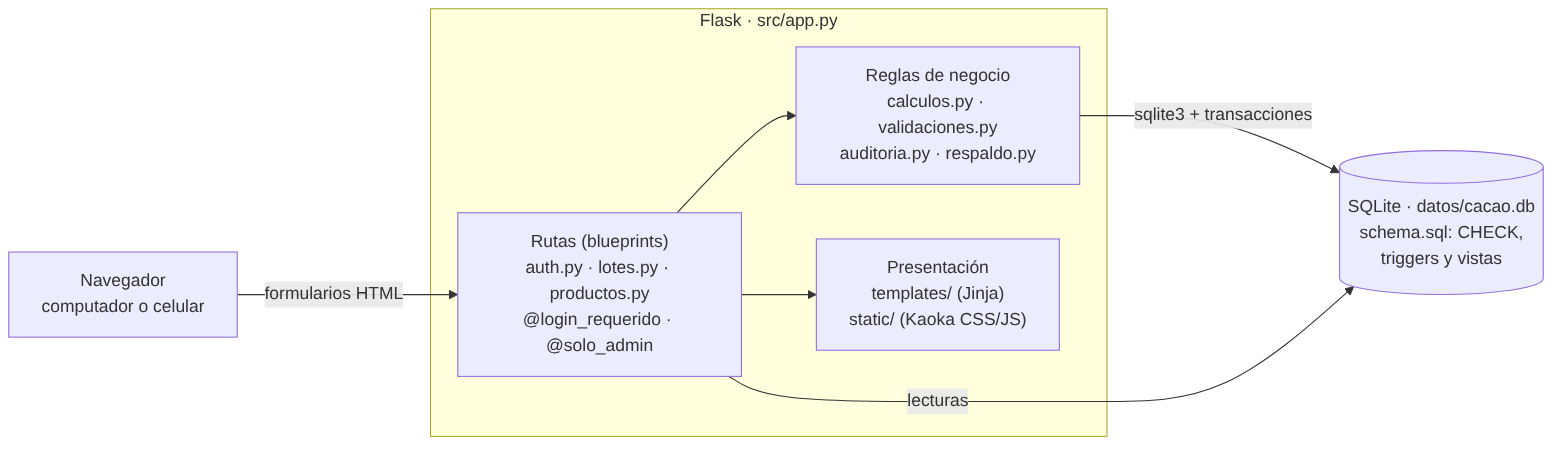
Above: documentos/diagramas/arquitectura.png in SantiagoAndresValencia/Reto-Hackathon-FUCTIH-Nexus-Code (Mermaid), before the change. Its source is kept beside it as documentos/diagramas/arquitectura.mmd. Its diagram source:
```mermaid
flowchart LR
  N["Navegador<br/>computador o celular"] -->|"formularios HTML"| R
  subgraph APP["Flask · src/app.py"]
    R["Rutas (blueprints)<br/>auth.py · lotes.py · productos.py<br/>@login_requerido · @solo_admin"]
    L["Reglas de negocio<br/>calculos.py · validaciones.py<br/>auditoria.py · respaldo.py"]
    T["Presentación<br/>templates/ (Jinja)<br/>static/ (Kaoka CSS/JS)"]
    R --> L
    R --> T
  end
  L -->|"sqlite3 + transacciones"| DB[("SQLite · datos/cacao.db<br/>schema.sql: CHECK,<br/>triggers y vistas")]
  R -->|"lecturas"| DB
```
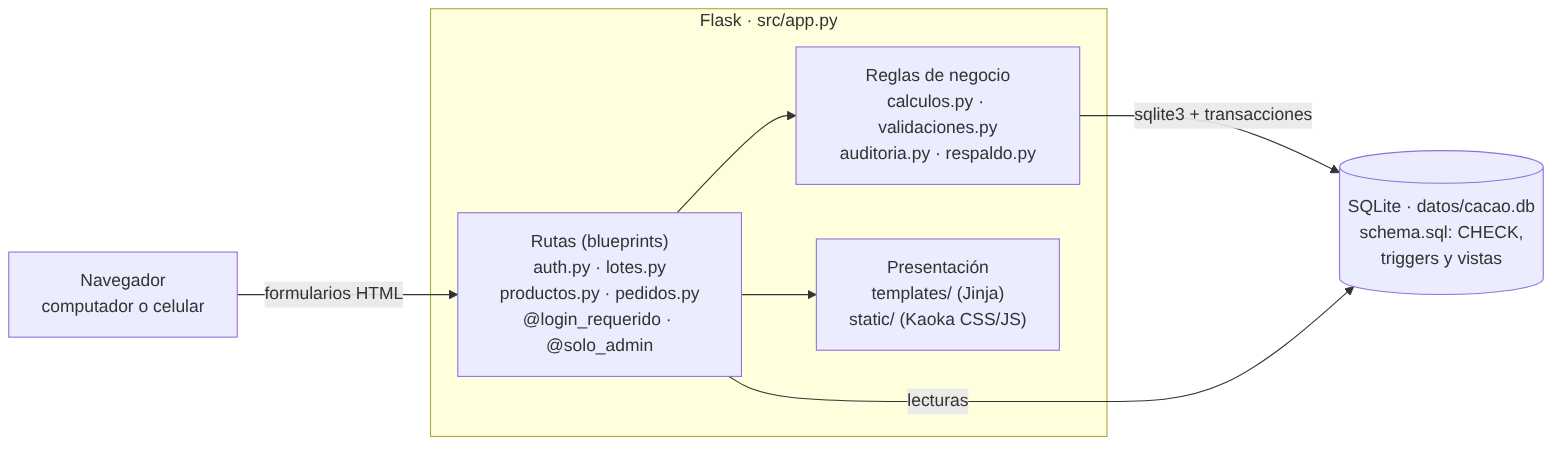
After the commit.

What changed in the source:
```diff
@@ -1,7 +1,7 @@
 flowchart LR
   N["Navegador<br/>computador o celular"] -->|"formularios HTML"| R
   subgraph APP["Flask · src/app.py"]
-    R["Rutas (blueprints)<br/>auth.py · lotes.py · productos.py<br/>@login_requerido · @solo_admin"]
+    R["Rutas (blueprints)<br/>auth.py · lotes.py<br/>productos.py · pedidos.py<br/>@login_requerido · @solo_admin"]
     L["Reglas de negocio<br/>calculos.py · validaciones.py<br/>auditoria.py · respaldo.py"]
     T["Presentación<br/>templates/ (Jinja)<br/>static/ (Kaoka CSS/JS)"]
     R --> L
```
